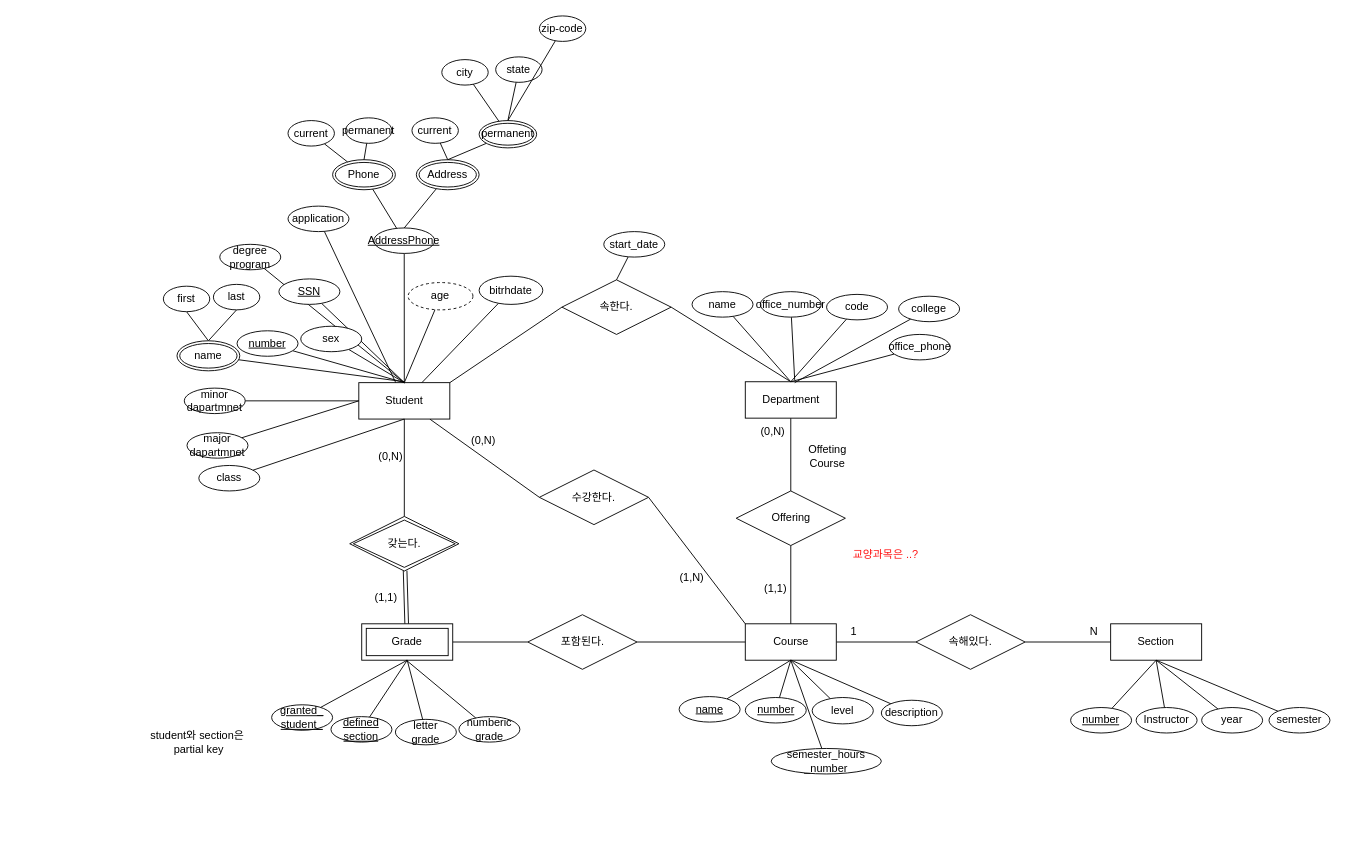
The draw.io diagram DB_Concept_ERD_1.drawio in cobinding/draw.io_collection, before the edit. Source tidied: cells renumbered, new cells numbered last; positions are measured from the earlier drawing's top-left corner, leaving out a move shared by most shapes. Both pictures are drawn from the tidied source at 91%, with x=0, y=0 at pixel (122, 15).
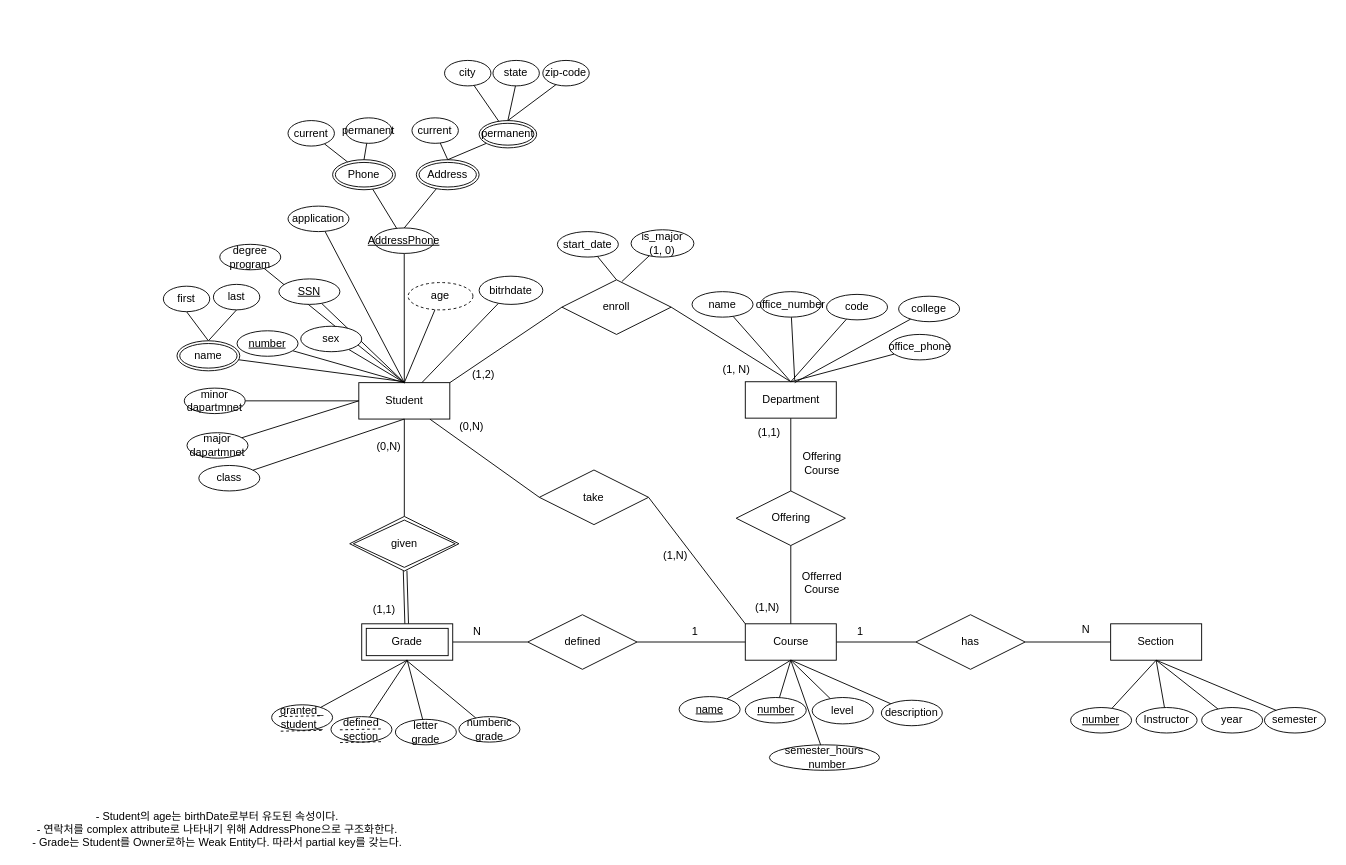
Above is the later version.

The change refers to these unchanged cells:
```xml
<mxCell id="2" value="application" style="ellipse;whiteSpace=wrap;html=1;align=center;" parent="1" vertex="1">
  <mxGeometry x="182" y="209" width="67" height="28" as="geometry" />
</mxCell>
<mxCell id="4" value="Course" style="whiteSpace=wrap;html=1;align=center;" parent="1" vertex="1">
  <mxGeometry x="684.5" y="668" width="100" height="40" as="geometry" />
</mxCell>
<mxCell id="10" value="Student" style="whiteSpace=wrap;html=1;align=center;" parent="1" vertex="1">
  <mxGeometry x="259.8" y="403" width="100" height="40" as="geometry" />
</mxCell>
<mxCell id="37" value="permanent" style="ellipse;shape=doubleEllipse;margin=3;whiteSpace=wrap;html=1;align=center;" parent="1" vertex="1">
  <mxGeometry x="392" y="115" width="63.2" height="30" as="geometry" />
</mxCell>
<mxCell id="101" value="Section" style="whiteSpace=wrap;html=1;align=center;" parent="1" vertex="1">
  <mxGeometry x="1086" y="668" width="100" height="40" as="geometry" />
</mxCell>
```

Change to the diagram source:
```diff
@@
-    <mxCell id="12" value="속한다." style="shape=rhombus;perimeter=rhombusPerimeter;whiteSpace=wrap;html=1;align=center;" parent="1" vertex="1">
+    <mxCell id="12" value="enroll" style="shape=rhombus;perimeter=rhombusPerimeter;whiteSpace=wrap;html=1;align=center;" parent="1" vertex="1">
       <mxGeometry x="483" y="290" width="120" height="60" as="geometry" />
     </mxCell>
@@
-    <mxCell id="38" style="rounded=0;jettySize=auto;html=1;endArrow=none;endFill=0;" parent="1" edge="1" source="39" target="37">
-      <mxGeometry relative="1" as="geometry" />
+    <mxCell id="38" style="rounded=0;jettySize=auto;html=1;endArrow=none;endFill=0;" parent="1" edge="1" target="37">
+      <mxGeometry relative="1" as="geometry">
+        <mxPoint x="385.5" y="75.1" as="sourcePoint" />
+      </mxGeometry>
     </mxCell>
     <mxCell id="39" value="city" style="ellipse;whiteSpace=wrap;html=1;align=center;" parent="1" vertex="1">
-      <mxGeometry x="351" y="48" width="51" height="28" as="geometry" />
+      <mxGeometry x="354" y="48.9" width="51" height="28" as="geometry" />
     </mxCell>
-    <mxCell id="40" style="rounded=0;jettySize=auto;html=1;entryX=0.5;entryY=0;entryDx=0;entryDy=0;endArrow=none;endFill=0;" parent="1" edge="1" source="41" target="37">
-      <mxGeometry relative="1" as="geometry" />
+    <mxCell id="40" style="rounded=0;jettySize=auto;html=1;entryX=0.5;entryY=0;entryDx=0;entryDy=0;endArrow=none;endFill=0;" parent="1" edge="1" target="37">
+      <mxGeometry relative="1" as="geometry">
+        <mxPoint x="432.8" y="72.9" as="sourcePoint" />
+      </mxGeometry>
     </mxCell>
     <mxCell id="41" value="state" style="ellipse;whiteSpace=wrap;html=1;align=center;" parent="1" vertex="1">
-      <mxGeometry x="410.2" y="45" width="51" height="28" as="geometry" />
+      <mxGeometry x="407.2" y="48.9" width="51" height="28" as="geometry" />
     </mxCell>
-    <mxCell id="42" style="rounded=0;jettySize=auto;html=1;entryX=0.5;entryY=0;entryDx=0;entryDy=0;endArrow=none;endFill=0;" parent="1" edge="1" source="43" target="37">
-      <mxGeometry relative="1" as="geometry" />
+    <mxCell id="42" style="rounded=0;jettySize=auto;html=1;entryX=0.5;entryY=0;entryDx=0;entryDy=0;endArrow=none;endFill=0;" parent="1" edge="1" target="37">
+      <mxGeometry relative="1" as="geometry">
+        <mxPoint x="479.4" y="73.3" as="sourcePoint" />
+      </mxGeometry>
     </mxCell>
     <mxCell id="43" value="zip-code" style="ellipse;whiteSpace=wrap;html=1;align=center;" parent="1" vertex="1">
-      <mxGeometry x="458.2" width="51" height="28" as="geometry" />
+      <mxGeometry x="462" y="48.9" width="51" height="28" as="geometry" />
     </mxCell>
@@
-    <mxCell id="57" style="rounded=0;jettySize=auto;html=1;endArrow=none;endFill=0;" parent="1" edge="1" source="2" target="10">
+    <mxCell id="57" style="rounded=0;jettySize=auto;html=1;endArrow=none;endFill=0;entryX=0.5;entryY=0;entryDx=0;entryDy=0;" parent="1" edge="1" source="2" target="10">
       <mxGeometry relative="1" as="geometry" />
     </mxCell>
@@
-    <mxCell id="70" value="&lt;div&gt;Offeting&lt;/div&gt;&lt;div&gt;Course&lt;/div&gt;" style="text;html=1;align=center;verticalAlign=middle;whiteSpace=wrap;rounded=0;" parent="1" vertex="1">
-      <mxGeometry x="744.5" y="469" width="60" height="30" as="geometry" />
+    <mxCell id="70" value="&lt;div&gt;Offering&lt;/div&gt;&lt;div&gt;Course&lt;/div&gt;" style="text;html=1;align=center;verticalAlign=middle;whiteSpace=wrap;rounded=0;" parent="1" vertex="1">
+      <mxGeometry x="739" y="477" width="60" height="30" as="geometry" />
     </mxCell>
-    <mxCell id="71" value="(0,N)" style="text;html=1;align=center;verticalAlign=middle;whiteSpace=wrap;rounded=0;" parent="1" vertex="1">
-      <mxGeometry x="684.5" y="442" width="60" height="30" as="geometry" />
+    <mxCell id="71" value="(1,N)" style="text;html=1;align=center;verticalAlign=middle;whiteSpace=wrap;rounded=0;" parent="1" vertex="1">
+      <mxGeometry x="678.8" y="635" width="60" height="30" as="geometry" />
     </mxCell>
     <mxCell id="72" value="(1,1)" style="text;html=1;align=center;verticalAlign=middle;whiteSpace=wrap;rounded=0;" parent="1" vertex="1">
-      <mxGeometry x="688" y="614" width="60" height="30" as="geometry" />
+      <mxGeometry x="681" y="443" width="60" height="30" as="geometry" />
     </mxCell>
-    <mxCell id="73" value="&lt;font color=&quot;#ff1414&quot;&gt;교양과목은 ..?&lt;/font&gt;" style="text;html=1;align=center;verticalAlign=middle;whiteSpace=wrap;rounded=0;" parent="1" vertex="1">
-      <mxGeometry x="772" y="577" width="134" height="30" as="geometry" />
-    </mxCell>
@@
-    <mxCell id="79" style="rounded=0;jettySize=auto;html=1;entryX=0.5;entryY=1;entryDx=0;entryDy=0;endArrow=none;endFill=0;" parent="1" edge="1" source="80" target="4">
-      <mxGeometry relative="1" as="geometry" />
+    <mxCell id="79" style="rounded=0;jettySize=auto;html=1;entryX=0.5;entryY=1;entryDx=0;entryDy=0;endArrow=none;endFill=0;" parent="1" edge="1" target="4">
+      <mxGeometry relative="1" as="geometry">
+        <mxPoint x="768.7" y="805" as="sourcePoint" />
+      </mxGeometry>
     </mxCell>
     <mxCell id="80" value="semester_hours&lt;div&gt;_number&lt;/div&gt;" style="ellipse;whiteSpace=wrap;html=1;align=center;" parent="1" vertex="1">
-      <mxGeometry x="713" y="805" width="121" height="28" as="geometry" />
+      <mxGeometry x="711" y="801" width="121" height="28" as="geometry" />
     </mxCell>
@@
-    <mxCell id="84" value="수강한다." style="shape=rhombus;perimeter=rhombusPerimeter;whiteSpace=wrap;html=1;align=center;" parent="1" vertex="1">
+    <mxCell id="84" value="take" style="shape=rhombus;perimeter=rhombusPerimeter;whiteSpace=wrap;html=1;align=center;" parent="1" vertex="1">
       <mxGeometry x="458.2" y="499" width="120" height="60" as="geometry" />
     </mxCell>
@@
-    <mxCell id="87" value="갖는다." style="shape=rhombus;double=1;perimeter=rhombusPerimeter;whiteSpace=wrap;html=1;align=center;" parent="1" vertex="1">
+    <mxCell id="87" value="given" style="shape=rhombus;double=1;perimeter=rhombusPerimeter;whiteSpace=wrap;html=1;align=center;" parent="1" vertex="1">
       <mxGeometry x="249.8" y="550" width="120" height="60" as="geometry" />
     </mxCell>
@@
-    <mxCell id="91" value="&lt;u&gt;granted_&lt;/u&gt;&lt;div&gt;&lt;u&gt;student_&lt;/u&gt;&lt;/div&gt;" style="ellipse;whiteSpace=wrap;html=1;align=center;" parent="1" vertex="1">
+    <mxCell id="91" value="granted_&lt;div&gt;student_&lt;/div&gt;" style="ellipse;whiteSpace=wrap;html=1;align=center;" parent="1" vertex="1">
       <mxGeometry x="164" y="757" width="67" height="28" as="geometry" />
     </mxCell>
@@
-    <mxCell id="93" value="&lt;div&gt;&lt;u&gt;defined&lt;/u&gt;&lt;/div&gt;&lt;u&gt;section&lt;/u&gt;" style="ellipse;whiteSpace=wrap;html=1;align=center;" parent="1" vertex="1">
+    <mxCell id="93" value="&lt;div&gt;defined&lt;/div&gt;section" style="ellipse;whiteSpace=wrap;html=1;align=center;" parent="1" vertex="1">
       <mxGeometry x="229.2" y="770" width="67" height="28" as="geometry" />
     </mxCell>
@@
-    <mxCell id="98" value="student와&amp;nbsp;&lt;span style=&quot;background-color: initial;&quot;&gt;section은&lt;/span&gt;&lt;div&gt;&lt;span style=&quot;background-color: initial;&quot;&gt;&amp;nbsp;partial key&lt;/span&gt;&lt;/div&gt;" style="text;html=1;align=center;verticalAlign=middle;whiteSpace=wrap;rounded=0;" parent="1" vertex="1">
-      <mxGeometry x="-0.5" y="783" width="164.5" height="30" as="geometry" />
-    </mxCell>
@@
-    <mxCell id="100" value="속해있다." style="shape=rhombus;perimeter=rhombusPerimeter;whiteSpace=wrap;html=1;align=center;" parent="1" vertex="1">
+    <mxCell id="100" value="has" style="shape=rhombus;perimeter=rhombusPerimeter;whiteSpace=wrap;html=1;align=center;" parent="1" vertex="1">
       <mxGeometry x="872" y="658" width="120" height="60" as="geometry" />
     </mxCell>
@@
-    <mxCell id="106" style="rounded=0;jettySize=auto;html=1;entryX=0.5;entryY=1;entryDx=0;entryDy=0;endArrow=none;endFill=0;" parent="1" edge="1" source="107" target="101">
-      <mxGeometry relative="1" as="geometry" />
+    <mxCell id="106" style="rounded=0;jettySize=auto;html=1;entryX=0.5;entryY=1;entryDx=0;entryDy=0;endArrow=none;endFill=0;" parent="1" edge="1" target="101">
+      <mxGeometry relative="1" as="geometry">
+        <mxPoint x="1270" y="764" as="sourcePoint" />
+      </mxGeometry>
     </mxCell>
     <mxCell id="107" value="semester" style="ellipse;whiteSpace=wrap;html=1;align=center;" parent="1" vertex="1">
-      <mxGeometry x="1260" y="760" width="67" height="28" as="geometry" />
+      <mxGeometry x="1255" y="760" width="67" height="28" as="geometry" />
     </mxCell>
@@
     <mxCell id="110" value="N" style="text;html=1;align=center;verticalAlign=middle;whiteSpace=wrap;rounded=0;" parent="1" vertex="1">
-      <mxGeometry x="1038" y="662" width="60" height="30" as="geometry" />
+      <mxGeometry x="1029" y="660" width="60" height="30" as="geometry" />
     </mxCell>
     <mxCell id="111" value="1" style="text;html=1;align=center;verticalAlign=middle;whiteSpace=wrap;rounded=0;" parent="1" vertex="1">
-      <mxGeometry x="773.8" y="662" width="60" height="30" as="geometry" />
+      <mxGeometry x="780.8" y="662" width="60" height="30" as="geometry" />
     </mxCell>
     <mxCell id="112" value="(0,N)" style="text;html=1;align=center;verticalAlign=middle;whiteSpace=wrap;rounded=0;" parent="1" vertex="1">
-      <mxGeometry x="265" y="469" width="60" height="30" as="geometry" />
+      <mxGeometry x="263" y="459" width="60" height="27" as="geometry" />
     </mxCell>
     <mxCell id="113" value="(1,1)" style="text;html=1;align=center;verticalAlign=middle;whiteSpace=wrap;rounded=0;" parent="1" vertex="1">
-      <mxGeometry x="259.8" y="624" width="60" height="30" as="geometry" />
+      <mxGeometry x="258.2" y="638" width="60" height="30" as="geometry" />
     </mxCell>
@@
-    <mxCell id="115" value="포함된다." style="shape=rhombus;perimeter=rhombusPerimeter;whiteSpace=wrap;html=1;align=center;" parent="1" vertex="1">
+    <mxCell id="115" value="defined" style="shape=rhombus;perimeter=rhombusPerimeter;whiteSpace=wrap;html=1;align=center;" parent="1" vertex="1">
       <mxGeometry x="445.5" y="658" width="120" height="60" as="geometry" />
     </mxCell>
-    <mxCell id="116" value="(0,N)" style="text;html=1;align=center;verticalAlign=middle;whiteSpace=wrap;rounded=0;" parent="1" vertex="1">
-      <mxGeometry x="367" y="452" width="60" height="30" as="geometry" />
+    <mxCell id="116" value="(1,N)" style="text;html=1;align=center;verticalAlign=middle;whiteSpace=wrap;rounded=0;" parent="1" vertex="1">
+      <mxGeometry x="578.2" y="578" width="60" height="30" as="geometry" />
     </mxCell>
-    <mxCell id="117" value="(1,N)" style="text;html=1;align=center;verticalAlign=middle;whiteSpace=wrap;rounded=0;" parent="1" vertex="1">
-      <mxGeometry x="596" y="603" width="60" height="30" as="geometry" />
+    <mxCell id="117" value="(0,N)" style="text;html=1;align=center;verticalAlign=middle;whiteSpace=wrap;rounded=0;" parent="1" vertex="1">
+      <mxGeometry x="354" y="437" width="60" height="30" as="geometry" />
     </mxCell>
@@
     <mxCell id="119" value="start_date" style="ellipse;whiteSpace=wrap;html=1;align=center;" parent="1" vertex="1">
-      <mxGeometry x="529" y="237" width="67" height="28" as="geometry" />
+      <mxGeometry x="478" y="237" width="67" height="28" as="geometry" />
     </mxCell>
+    <mxCell id="120" value="is_major&lt;div&gt;(1, 0)&lt;/div&gt;" style="ellipse;whiteSpace=wrap;html=1;align=center;" parent="1" vertex="1">
+      <mxGeometry x="559" y="235" width="69" height="30" as="geometry" />
+    </mxCell>
+    <mxCell id="121" style="rounded=0;jettySize=auto;html=1;entryX=0.549;entryY=0.031;entryDx=0;entryDy=0;entryPerimeter=0;endArrow=none;endFill=0;" parent="1" edge="1" source="120" target="12">
+      <mxGeometry relative="1" as="geometry" />
+    </mxCell>
+    <mxCell id="122" value="(1,2)" style="text;html=1;align=center;verticalAlign=middle;whiteSpace=wrap;rounded=0;" parent="1" vertex="1">
+      <mxGeometry x="367" y="379" width="60" height="30" as="geometry" />
+    </mxCell>
+    <mxCell id="123" value="(1, N)" style="text;html=1;align=center;verticalAlign=middle;whiteSpace=wrap;rounded=0;" parent="1" vertex="1">
+      <mxGeometry x="645" y="374" width="60" height="30" as="geometry" />
+    </mxCell>
+    <mxCell id="124" value="&lt;div&gt;Offerred&lt;/div&gt;&lt;div&gt;Course&lt;/div&gt;" style="text;html=1;align=center;verticalAlign=middle;whiteSpace=wrap;rounded=0;" parent="1" vertex="1">
+      <mxGeometry x="739" y="608" width="60" height="30" as="geometry" />
+    </mxCell>
+    <mxCell id="125" value="1" style="text;html=1;align=center;verticalAlign=middle;whiteSpace=wrap;rounded=0;" parent="1" vertex="1">
+      <mxGeometry x="594" y="662" width="71" height="30" as="geometry" />
+    </mxCell>
+    <mxCell id="126" value="N" style="text;html=1;align=center;verticalAlign=middle;whiteSpace=wrap;rounded=0;" parent="1" vertex="1">
+      <mxGeometry x="359.8" y="662" width="60" height="30" as="geometry" />
+    </mxCell>
+    <mxCell id="127" style="endArrow=none;dashed=1;html=1;rounded=0;" parent="1" edge="1">
+      <mxGeometry relative="1" as="geometry">
+        <mxPoint x="172" y="770" as="sourcePoint" />
+        <mxPoint x="219" y="769" as="targetPoint" />
+      </mxGeometry>
+    </mxCell>
+    <mxCell id="128" style="endArrow=none;dashed=1;html=1;rounded=0;" parent="1" edge="1">
+      <mxGeometry relative="1" as="geometry">
+        <mxPoint x="174" y="786" as="sourcePoint" />
+        <mxPoint x="221" y="785" as="targetPoint" />
+      </mxGeometry>
+    </mxCell>
+    <mxCell id="129" style="endArrow=none;dashed=1;html=1;rounded=0;" parent="1" edge="1">
+      <mxGeometry relative="1" as="geometry">
+        <mxPoint x="239" y="784.5" as="sourcePoint" />
+        <mxPoint x="286" y="783.5" as="targetPoint" />
+      </mxGeometry>
+    </mxCell>
+    <mxCell id="130" style="endArrow=none;dashed=1;html=1;rounded=0;" parent="1" edge="1">
+      <mxGeometry relative="1" as="geometry">
+        <mxPoint x="239.2" y="798.5" as="sourcePoint" />
+        <mxPoint x="286.2" y="797.5" as="targetPoint" />
+      </mxGeometry>
+    </mxCell>
+    <mxCell id="131" value="- Student의 age는 birthDate로부터 유도된 속성이다.&lt;div&gt;- 연락처를 complex attribute로 나타내기 위해 AddressPhone으로 구조화한다.&lt;/div&gt;&lt;div&gt;- Grade는 Student를 Owner로하는 Weak Entity다. 따라서 partial key를 갖는다.&lt;/div&gt;" style="text;html=1;align=center;verticalAlign=middle;whiteSpace=wrap;rounded=0;" parent="1" vertex="1">
+      <mxGeometry x="-117" y="878.9" width="443" height="30" as="geometry" />
+    </mxCell>
```
